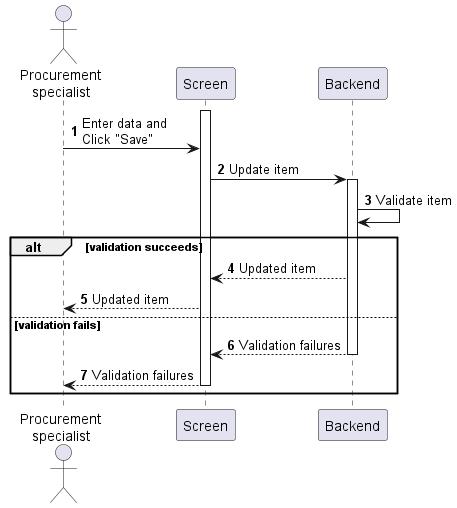
Earlier version of the PlantUML export sequences/purchase-order-update.png (phihungha/scmss-reqs). The source it was exported from:
```plantuml
@startuml purchase-order-update
autonumber

actor "Procurement\nspecialist" as a
participant Screen as f
participant Backend as b

activate f
a -> f : Enter data and\nClick "Save"
f -> b : Update item
activate b
b -> b : Validate item

alt validation succeeds
    b --> f : Updated item
    f --> a : Updated item
else validation fails
    return Validation failures
    f --> a : Validation failures
    deactivate f
end
@enduml
```
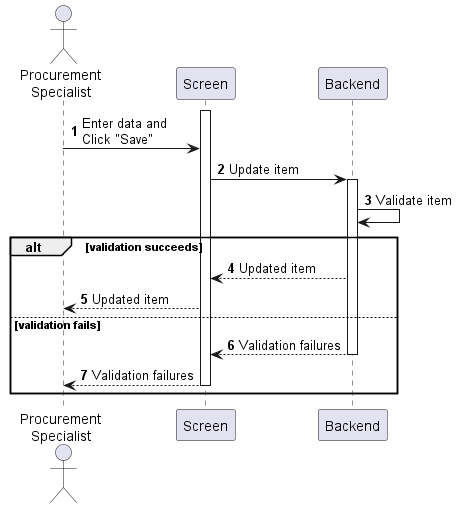
The same diagram one commit later.

The edit, as a diff of the source:
```diff
@@ -1,7 +1,7 @@
 @startuml purchase-order-update
 autonumber
 
-actor "Procurement\nspecialist" as a
+actor "Procurement\nSpecialist" as a
 participant Screen as f
 participant Backend as b
 
```
